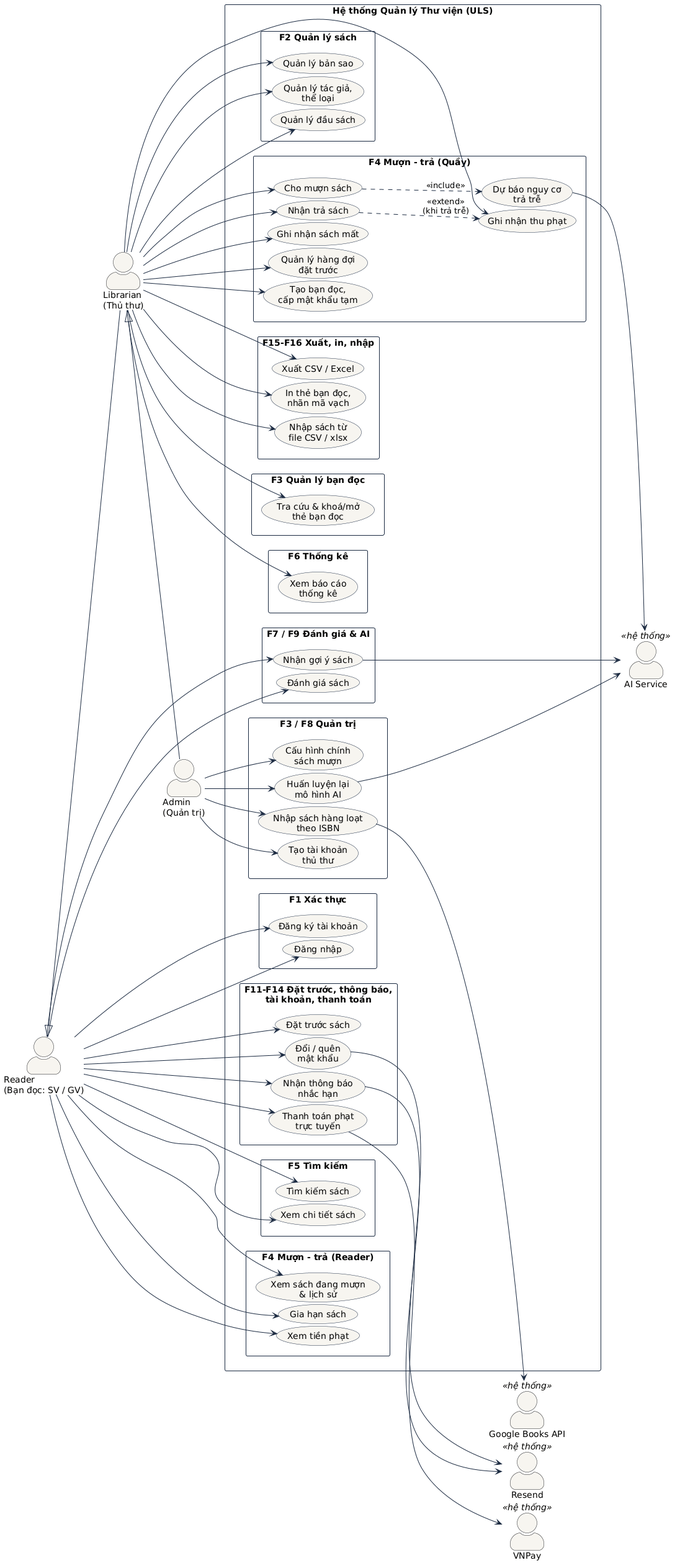
khoidev2001/university-library-system keeps this PlantUML diagram as docs/uml/use-case-overview.png. Above is the earlier version.
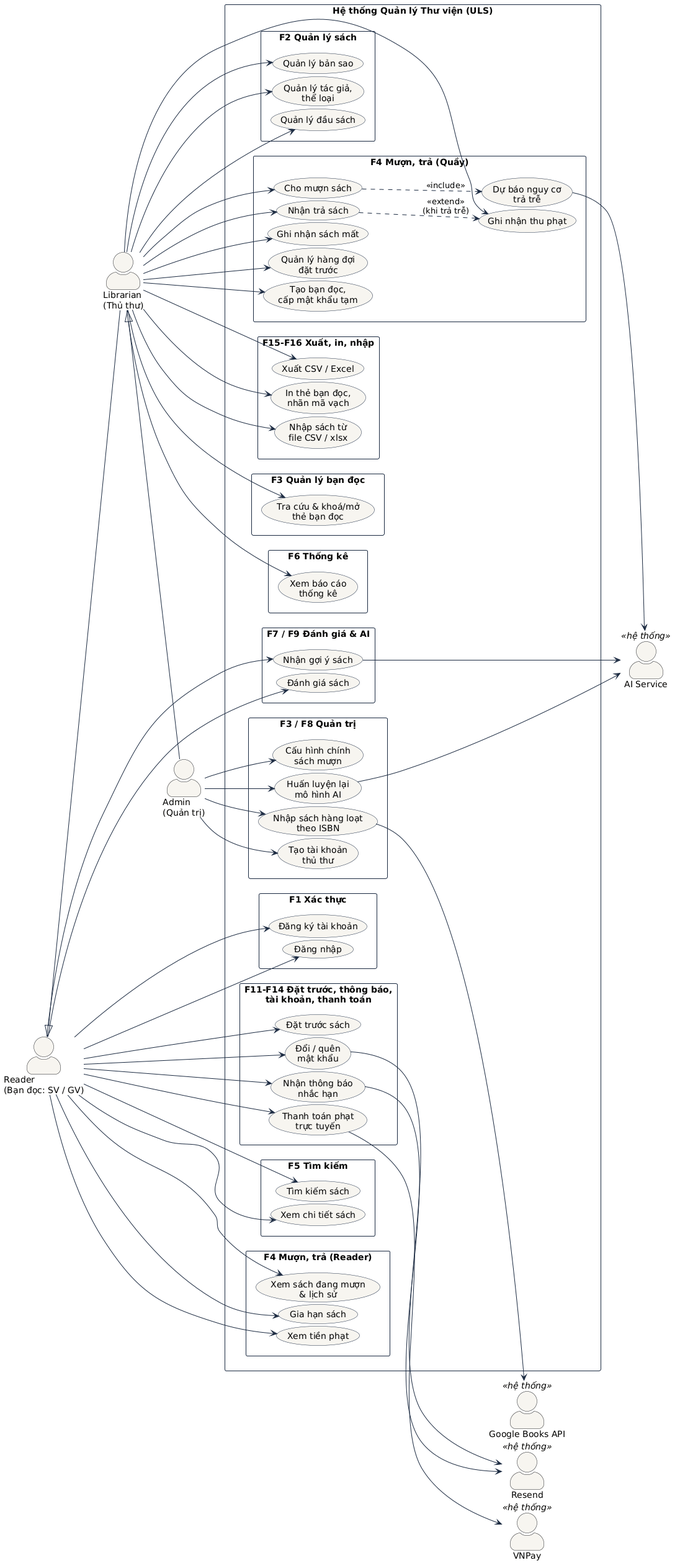
After the commit.

Commit message:
docs(uml): tách use case thành hai hình bạn đọc và thủ thư/quản trị cho dễ đọc; sửa lỗi nhỏ trong SDD

Diff of the diagram source:
```diff
@@ -40,7 +40,7 @@
     usecase "Tìm kiếm sách" as UC05
     usecase "Xem chi tiết sách" as UC06
   }
-  package "F4 Mượn - trả (Reader)" {
+  package "F4 Mượn, trả (Reader)" {
     usecase "Xem sách đang mượn\n& lịch sử" as UC10
     usecase "Gia hạn sách" as UC09
     usecase "Xem tiền phạt" as UC12a
@@ -54,7 +54,7 @@
     usecase "Quản lý bản sao" as UC04
     usecase "Quản lý tác giả,\nthể loại" as UC20
   }
-  package "F4 Mượn - trả (Quầy)" {
+  package "F4 Mượn, trả (Quầy)" {
     usecase "Cho mượn sách" as UC07
     usecase "Nhận trả sách" as UC08
     usecase "Ghi nhận sách mất" as UC11
```
